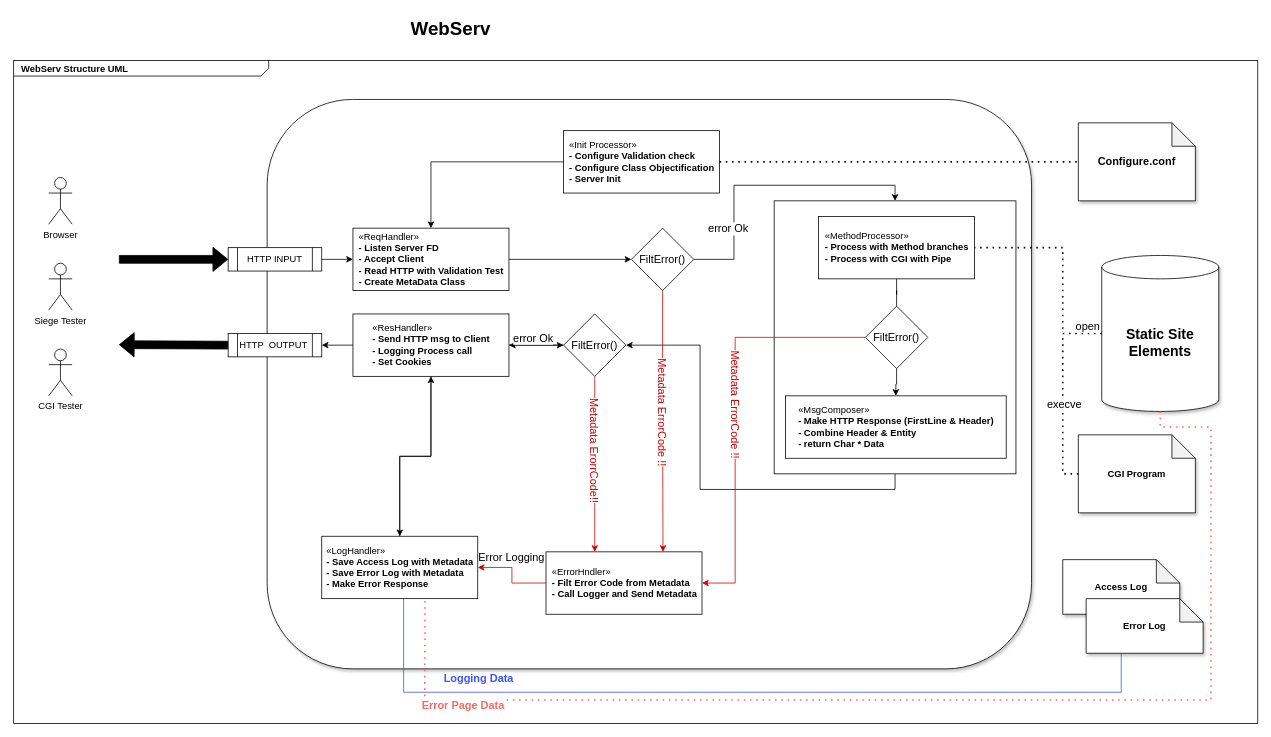
Above: page "Structure" (1 of 4) of imgsrc/WebServ.drawio in FareWellWebServer/webserv (draw.io), before the change. Source tidied: cells renumbered, new cells numbered last; positions are measured from the earlier drawing's top-left corner, leaving out a move shared by most shapes. Both pictures are drawn from the tidied source at 78%, with x=0, y=0 at pixel (13, 13).
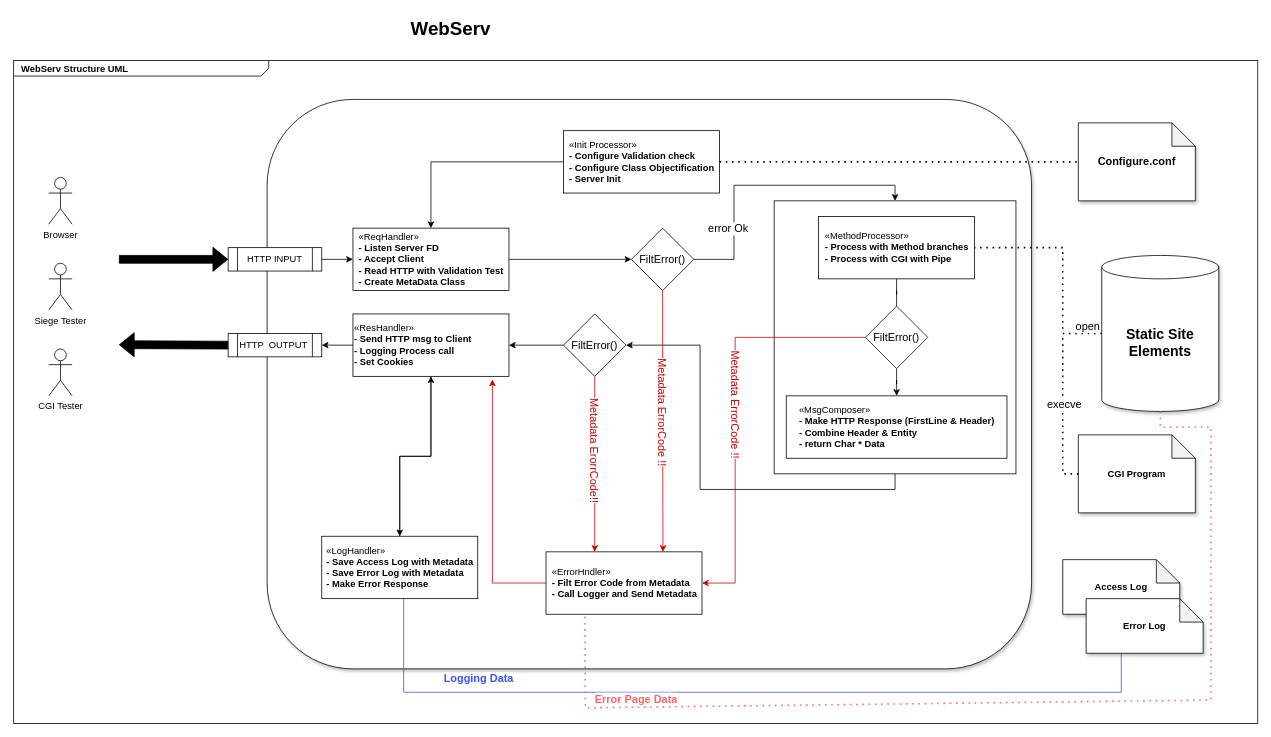
The same page after the edit.

The change refers to these unchanged cells:
```xml
<mxCell id="28" value="&lt;font style=&quot;font-size: 18px;&quot;&gt;Static Site Elements&lt;/font&gt;" style="shape=cylinder3;whiteSpace=wrap;html=1;boundedLbl=1;backgroundOutline=1;size=15;fontStyle=1;shadow=1;" parent="1" vertex="1">
  <mxGeometry x="1395" y="310" width="150" height="200" as="geometry" />
</mxCell>
<mxCell id="38" value="FiltError()" style="rhombus;whiteSpace=wrap;html=1;fontSize=14;" parent="1" vertex="1">
  <mxGeometry x="705" y="385" width="80" height="80" as="geometry" />
</mxCell>
<mxCell id="41" value="&lt;div style=&quot;text-align: left;&quot;&gt;&lt;span style=&quot;background-color: initial;&quot;&gt;«ErrorHndler»&lt;/span&gt;&lt;/div&gt;&lt;b&gt;&lt;div style=&quot;text-align: left;&quot;&gt;&lt;b style=&quot;background-color: initial;&quot;&gt;- Filt Error Code from Metadata&lt;/b&gt;&lt;/div&gt;&lt;/b&gt;&lt;div style=&quot;text-align: left;&quot;&gt;&lt;span style=&quot;background-color: initial;&quot;&gt;&lt;b&gt;- Call Logger and Send Metadata&lt;br&gt;&lt;/b&gt;&lt;/span&gt;&lt;/div&gt;" style="html=1;" parent="1" vertex="1">
  <mxGeometry x="682.5" y="690" width="200" height="80" as="geometry" />
</mxCell>
<mxCell id="54" value="&lt;div style=&quot;text-align: left;&quot;&gt;&lt;span style=&quot;background-color: initial;&quot;&gt;«LogHandler»&lt;/span&gt;&lt;/div&gt;&lt;b&gt;&lt;div style=&quot;text-align: left;&quot;&gt;&lt;b style=&quot;background-color: initial;&quot;&gt;- Save Access Log with Metadata&lt;/b&gt;&lt;/div&gt;&lt;/b&gt;&lt;div style=&quot;text-align: left;&quot;&gt;&lt;span style=&quot;background-color: initial;&quot;&gt;&lt;b&gt;- Save Error Log with Metadata&lt;br&gt;- Make Error Response&lt;/b&gt;&lt;/span&gt;&lt;/div&gt;" style="html=1;" parent="1" vertex="1">
  <mxGeometry x="395" y="670" width="200" height="80" as="geometry" />
</mxCell>
```

Diff of the diagram source:
```diff
@@
-    <mxCell id="14" value="HTTP&amp;nbsp; OUTPUT&amp;nbsp;" style="shape=process;whiteSpace=wrap;html=1;backgroundOutline=1;" parent="1" vertex="1">
+    <mxCell id="14" value="HTTP&amp;nbsp; OUTPUT&amp;nbsp;" style="shape=process;whiteSpace=wrap;html=1;backgroundOutline=1;align=center;" parent="1" vertex="1">
       <mxGeometry x="275" y="410" width="120" height="30" as="geometry" />
     </mxCell>
@@
-    <mxCell id="18" style="edgeStyle=orthogonalEdgeStyle;rounded=0;jettySize=auto;html=1;fontSize=14;" parent="1" edge="1" source="20" target="38">
-      <mxGeometry relative="1" as="geometry" />
-    </mxCell>
@@
-    <mxCell id="20" value="&lt;div style=&quot;text-align: left;&quot;&gt;&lt;span style=&quot;background-color: initial;&quot;&gt;«ResHandler»&lt;/span&gt;&lt;/div&gt;&lt;b&gt;&lt;div style=&quot;text-align: left;&quot;&gt;&lt;b style=&quot;background-color: initial;&quot;&gt;- Send HTTP msg to Client&lt;/b&gt;&lt;/div&gt;&lt;/b&gt;&lt;div style=&quot;text-align: left;&quot;&gt;&lt;span style=&quot;background-color: initial;&quot;&gt;&lt;b&gt;- Logging Process call&lt;br&gt;- Set Cookies&lt;/b&gt;&lt;/span&gt;&lt;/div&gt;" style="html=1;" parent="1" vertex="1">
+    <mxCell id="20" value="&lt;div style=&quot;&quot;&gt;&lt;span style=&quot;background-color: initial;&quot;&gt;«ResHandler»&lt;/span&gt;&lt;/div&gt;&lt;b&gt;&lt;div style=&quot;&quot;&gt;&lt;b style=&quot;background-color: initial;&quot;&gt;- Send HTTP msg to Client&lt;/b&gt;&lt;/div&gt;&lt;/b&gt;&lt;div style=&quot;&quot;&gt;&lt;span style=&quot;background-color: initial;&quot;&gt;&lt;b&gt;- Logging Process call&lt;br&gt;- Set Cookies&lt;/b&gt;&lt;/span&gt;&lt;/div&gt;" style="html=1;align=left;" parent="1" vertex="1">
       <mxGeometry x="435" y="385" width="200" height="80" as="geometry" />
     </mxCell>
@@
     <mxCell id="23" value="&lt;div style=&quot;text-align: left;&quot;&gt;&lt;span style=&quot;background-color: initial;&quot;&gt;«MsgComposer»&lt;/span&gt;&lt;/div&gt;&lt;b&gt;&lt;div style=&quot;text-align: left;&quot;&gt;&lt;b style=&quot;background-color: initial;&quot;&gt;- Make HTTP Response (FirstLine &amp;amp; Header)&lt;/b&gt;&lt;/div&gt;&lt;/b&gt;&lt;div style=&quot;text-align: left;&quot;&gt;&lt;span style=&quot;background-color: initial;&quot;&gt;&lt;b&gt;- Combine Header &amp;amp; Entity&lt;br&gt;- return Char * Data&amp;nbsp;&lt;/b&gt;&lt;/span&gt;&lt;/div&gt;" style="html=1;" parent="1" vertex="1">
-      <mxGeometry x="989.5" y="490" width="283" height="80" as="geometry" />
+      <mxGeometry x="990.5" y="490" width="283" height="80" as="geometry" />
     </mxCell>
@@
-    <mxCell id="34" style="edgeStyle=orthogonalEdgeStyle;rounded=0;jettySize=auto;html=1;fontSize=14;" parent="1" edge="1" source="38" target="20">
-      <mxGeometry relative="1" as="geometry" />
-    </mxCell>
-    <mxCell id="35" value="error Ok" style="edgeLabel;html=1;align=center;verticalAlign=middle;fontSize=14;" parent="34" vertex="1">
-      <mxGeometry x="-0.21" y="-2" relative="1" as="geometry">
-        <mxPoint x="-12" y="-8" as="offset" />
-      </mxGeometry>
-    </mxCell>
@@
+    <mxCell id="34" style="edgeStyle=orthogonalEdgeStyle;rounded=0;jettySize=auto;html=1;" parent="1" edge="1" source="38" target="20">
+      <mxGeometry relative="1" as="geometry" />
+    </mxCell>
@@
-    <mxCell id="39" style="edgeStyle=orthogonalEdgeStyle;rounded=0;jettySize=auto;html=1;fontSize=14;entryX=1;entryY=0.5;entryDx=0;entryDy=0;strokeColor=#CC0000;" parent="1" edge="1" source="41" target="54">
+    <mxCell id="39" style="edgeStyle=orthogonalEdgeStyle;rounded=0;jettySize=auto;html=1;fontSize=14;entryX=0.894;entryY=1.05;entryDx=0;entryDy=0;strokeColor=#CC0000;entryPerimeter=0;" parent="1" edge="1" source="41" target="20">
       <mxGeometry relative="1" as="geometry" />
     </mxCell>
-    <mxCell id="40" value="Error Logging" style="edgeLabel;html=1;align=center;verticalAlign=middle;fontSize=14;" parent="39" vertex="1">
-      <mxGeometry x="-0.07" y="-2" relative="1" as="geometry">
-        <mxPoint x="-3" y="-27" as="offset" />
-      </mxGeometry>
-    </mxCell>
@@
-    <mxCell id="55" style="endArrow=none;dashed=1;html=1;dashPattern=1 3;strokeWidth=2;rounded=0;fontSize=14;entryX=0.662;entryY=0.99;entryDx=0;entryDy=0;entryPerimeter=0;exitX=0.5;exitY=1;exitDx=0;exitDy=0;exitPerimeter=0;strokeColor=#FF6666;" parent="1" edge="1" source="28" target="54">
+    <mxCell id="55" style="endArrow=none;dashed=1;html=1;dashPattern=1 3;strokeWidth=2;rounded=0;fontSize=14;entryX=0.25;entryY=1;entryDx=0;entryDy=0;exitX=0.5;exitY=1;exitDx=0;exitDy=0;exitPerimeter=0;strokeColor=#FF6666;" parent="1" edge="1" source="28" target="41">
       <mxGeometry relative="1" as="geometry">
         <Array as="points">
           <mxPoint x="1470" y="530" />
           <mxPoint x="1535" y="530" />
           <mxPoint x="1535" y="880" />
-          <mxPoint x="527" y="880" />
+          <mxPoint x="733" y="890" />
         </Array>
       </mxGeometry>
     </mxCell>
     <mxCell id="56" value="&lt;b&gt;&lt;font color=&quot;#ff6666&quot;&gt;Error Page Data&lt;/font&gt;&lt;/b&gt;" style="edgeLabel;html=1;align=center;verticalAlign=middle;fontSize=14;" parent="55" vertex="1">
       <mxGeometry x="0.94" y="-4" relative="1" as="geometry">
-        <mxPoint x="44" y="90" as="offset" />
+        <mxPoint x="61" y="67" as="offset" />
       </mxGeometry>
     </mxCell>
```
